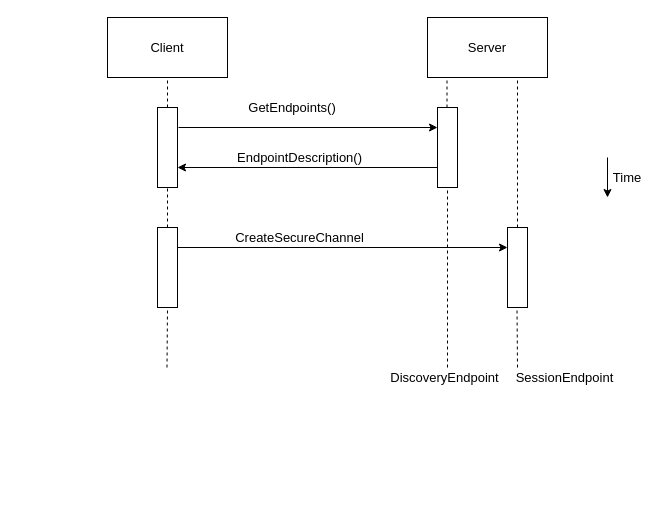
This is Untitled Diagram.drawio from RakshanPremsagar/Thesis, a draw.io file, before an edit. Source tidied: cells renumbered, new cells numbered last; positions are measured from the earlier drawing's top-left corner, leaving out a move shared by most shapes. Both pictures are drawn from the tidied source at 100%, with x=0, y=0 at pixel (107, 17).
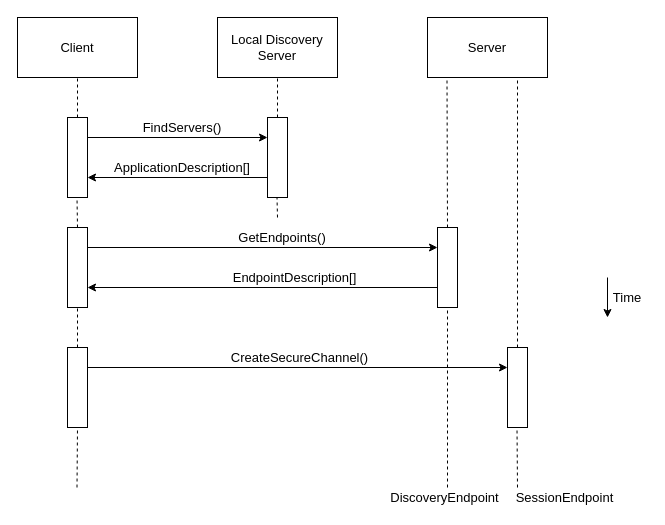
The same diagram, later.

Commit message:
Local Discovery

What changed in the source:
```diff
@@
     <mxCell id="2" value="Client" style="rounded=0;whiteSpace=wrap;html=1;fontSize=13;" parent="1" vertex="1">
-      <mxGeometry width="120" height="60" as="geometry" />
+      <mxGeometry x="-90" width="120" height="60" as="geometry" />
     </mxCell>
@@
-    <mxCell id="4" style="endArrow=none;dashed=1;html=1;entryX=0.5;entryY=1;entryDx=0;entryDy=0;fontSize=13;" parent="1" edge="1" target="2">
-      <mxGeometry relative="1" as="geometry">
-        <mxPoint x="60" y="90" as="sourcePoint" />
-      </mxGeometry>
+    <mxCell id="4" style="endArrow=none;dashed=1;html=1;entryX=0.5;entryY=1;entryDx=0;entryDy=0;fontSize=13;" parent="1" edge="1" source="26" target="2">
+      <mxGeometry relative="1" as="geometry" />
     </mxCell>
     <mxCell id="5" style="rounded=0;whiteSpace=wrap;html=1;fontSize=13;" parent="1" vertex="1">
-      <mxGeometry x="50" y="90" width="20" height="80" as="geometry" />
+      <mxGeometry x="-40" y="210" width="20" height="80" as="geometry" />
     </mxCell>
     <mxCell id="6" style="rounded=0;whiteSpace=wrap;html=1;fontSize=13;" parent="1" vertex="1">
-      <mxGeometry x="330" y="90" width="20" height="80" as="geometry" />
+      <mxGeometry x="330" y="210" width="20" height="80" as="geometry" />
     </mxCell>
     <mxCell id="7" style="rounded=0;whiteSpace=wrap;html=1;fontSize=13;" parent="1" vertex="1">
-      <mxGeometry x="50" y="210" width="20" height="80" as="geometry" />
+      <mxGeometry x="-40" y="330" width="20" height="80" as="geometry" />
     </mxCell>
     <mxCell id="8" style="rounded=0;whiteSpace=wrap;html=1;fontSize=13;" parent="1" vertex="1">
-      <mxGeometry x="400" y="210" width="20" height="80" as="geometry" />
+      <mxGeometry x="400" y="330" width="20" height="80" as="geometry" />
     </mxCell>
-    <mxCell id="9" style="endArrow=none;dashed=1;html=1;entryX=0.5;entryY=1;entryDx=0;entryDy=0;fontSize=13;" parent="1" edge="1">
+    <mxCell id="9" style="endArrow=none;dashed=1;html=1;entryX=0.5;entryY=1;entryDx=0;entryDy=0;fontSize=13;exitX=0.5;exitY=0;exitDx=0;exitDy=0;" parent="1" edge="1" source="6">
       <mxGeometry relative="1" as="geometry">
-        <mxPoint x="339.5" y="90" as="sourcePoint" />
         <mxPoint x="339.5" y="60" as="targetPoint" />
       </mxGeometry>
     </mxCell>
@@
     <mxCell id="11" style="endArrow=none;dashed=1;html=1;entryX=0.5;entryY=1;entryDx=0;entryDy=0;exitX=0.5;exitY=0;exitDx=0;exitDy=0;fontSize=13;" parent="1" edge="1" target="7">
       <mxGeometry relative="1" as="geometry">
-        <mxPoint x="59.5" y="350" as="sourcePoint" />
+        <mxPoint x="-30.5" y="470" as="sourcePoint" />
       </mxGeometry>
     </mxCell>
     <mxCell id="12" style="endArrow=none;dashed=1;html=1;entryX=0.5;entryY=1;entryDx=0;entryDy=0;fontSize=13;" parent="1" edge="1" target="6">
       <mxGeometry relative="1" as="geometry">
-        <mxPoint x="340" y="350" as="sourcePoint" />
+        <mxPoint x="340" y="470" as="sourcePoint" />
       </mxGeometry>
     </mxCell>
@@
     <mxCell id="14" style="endArrow=none;dashed=1;html=1;entryX=0.75;entryY=1;entryDx=0;entryDy=0;fontSize=13;" parent="1" edge="1">
       <mxGeometry relative="1" as="geometry">
-        <mxPoint x="410" y="350" as="sourcePoint" />
-        <mxPoint x="409.5" y="290" as="targetPoint" />
+        <mxPoint x="410" y="470" as="sourcePoint" />
+        <mxPoint x="409.5" y="410" as="targetPoint" />
       </mxGeometry>
     </mxCell>
-    <mxCell id="15" style="endArrow=classic;html=1;entryX=0;entryY=0.25;entryDx=0;entryDy=0;fontSize=13;" parent="1" edge="1" target="6">
-      <mxGeometry relative="1" as="geometry">
-        <mxPoint x="71" y="110" as="sourcePoint" />
-      </mxGeometry>
+    <mxCell id="15" style="endArrow=classic;html=1;entryX=0;entryY=0.25;entryDx=0;entryDy=0;fontSize=13;exitX=1;exitY=0.25;exitDx=0;exitDy=0;" parent="1" edge="1" source="5" target="6">
+      <mxGeometry relative="1" as="geometry" />
     </mxCell>
@@
     <mxCell id="18" style="endArrow=classic;html=1;fontSize=13;" parent="1" edge="1">
       <mxGeometry relative="1" as="geometry">
-        <mxPoint x="500" y="140" as="sourcePoint" />
-        <mxPoint x="500" y="180" as="targetPoint" />
+        <mxPoint x="500" y="260" as="sourcePoint" />
+        <mxPoint x="500" y="300" as="targetPoint" />
       </mxGeometry>
     </mxCell>
     <mxCell id="19" value="Time" style="text;html=1;strokeColor=none;fillColor=none;align=center;verticalAlign=middle;whiteSpace=wrap;rounded=0;fontSize=13;" parent="1" vertex="1">
-      <mxGeometry x="500" y="150" width="40" height="20" as="geometry" />
+      <mxGeometry x="500" y="270" width="40" height="20" as="geometry" />
     </mxCell>
     <mxCell id="20" value="GetEndpoints()" style="text;html=1;strokeColor=none;fillColor=none;align=center;verticalAlign=middle;whiteSpace=wrap;rounded=0;fontSize=13;" parent="1" vertex="1">
-      <mxGeometry x="130" y="80" width="110" height="20" as="geometry" />
+      <mxGeometry x="120" y="210" width="110" height="20" as="geometry" />
     </mxCell>
-    <mxCell id="21" value="EndpointDescription()" style="text;html=1;strokeColor=none;fillColor=none;align=center;verticalAlign=middle;whiteSpace=wrap;rounded=0;fontSize=13;" parent="1" vertex="1">
-      <mxGeometry x="135" y="130" width="115" height="20" as="geometry" />
+    <mxCell id="21" value="EndpointDescription[]" style="text;html=1;strokeColor=none;fillColor=none;align=center;verticalAlign=middle;whiteSpace=wrap;rounded=0;fontSize=13;" parent="1" vertex="1">
+      <mxGeometry x="130" y="250" width="115" height="20" as="geometry" />
     </mxCell>
-    <mxCell id="22" value="CreateSecureChannel" style="text;html=1;strokeColor=none;fillColor=none;align=center;verticalAlign=middle;whiteSpace=wrap;rounded=0;fontSize=13;" parent="1" vertex="1">
-      <mxGeometry x="135" y="210" width="115" height="20" as="geometry" />
+    <mxCell id="22" value="CreateSecureChannel()" style="text;html=1;strokeColor=none;fillColor=none;align=center;verticalAlign=middle;whiteSpace=wrap;rounded=0;fontSize=13;" parent="1" vertex="1">
+      <mxGeometry x="135" y="330" width="115" height="20" as="geometry" />
     </mxCell>
     <mxCell id="23" value="DiscoveryEndpoint" style="text;html=1;strokeColor=none;fillColor=none;align=center;verticalAlign=middle;whiteSpace=wrap;rounded=0;fontSize=13;" parent="1" vertex="1">
-      <mxGeometry x="280" y="350" width="115" height="20" as="geometry" />
+      <mxGeometry x="280" y="470" width="115" height="20" as="geometry" />
     </mxCell>
     <mxCell id="24" value="SessionEndpoint" style="text;html=1;strokeColor=none;fillColor=none;align=center;verticalAlign=middle;whiteSpace=wrap;rounded=0;fontSize=13;" parent="1" vertex="1">
-      <mxGeometry x="400" y="350" width="115" height="20" as="geometry" />
+      <mxGeometry x="400" y="470" width="115" height="20" as="geometry" />
     </mxCell>
+    <mxCell id="25" value="Local Discovery Server" style="rounded=0;whiteSpace=wrap;html=1;fontSize=13;" parent="1" vertex="1">
+      <mxGeometry x="110" width="120" height="60" as="geometry" />
+    </mxCell>
+    <mxCell id="26" style="rounded=0;whiteSpace=wrap;html=1;fontSize=13;" parent="1" vertex="1">
+      <mxGeometry x="-40" y="100" width="20" height="80" as="geometry" />
+    </mxCell>
+    <mxCell id="27" style="endArrow=none;dashed=1;html=1;entryX=0.5;entryY=1;entryDx=0;entryDy=0;fontSize=13;" parent="1" edge="1">
+      <mxGeometry relative="1" as="geometry">
+        <mxPoint x="-30" y="210" as="sourcePoint" />
+        <mxPoint x="-30.5" y="180" as="targetPoint" />
+      </mxGeometry>
+    </mxCell>
+    <mxCell id="28" style="endArrow=none;dashed=1;html=1;entryX=0.5;entryY=1;entryDx=0;entryDy=0;fontSize=13;" parent="1" edge="1" source="29">
+      <mxGeometry relative="1" as="geometry">
+        <mxPoint x="170" y="60" as="targetPoint" />
+      </mxGeometry>
+    </mxCell>
+    <mxCell id="29" style="rounded=0;whiteSpace=wrap;html=1;fontSize=13;" parent="1" vertex="1">
+      <mxGeometry x="160" y="100" width="20" height="80" as="geometry" />
+    </mxCell>
+    <mxCell id="30" style="endArrow=none;dashed=1;html=1;entryX=0.5;entryY=1;entryDx=0;entryDy=0;fontSize=13;" parent="1" edge="1">
+      <mxGeometry relative="1" as="geometry">
+        <mxPoint x="170" y="200" as="sourcePoint" />
+        <mxPoint x="169.5" y="180" as="targetPoint" />
+      </mxGeometry>
+    </mxCell>
+    <mxCell id="31" style="endArrow=classic;html=1;fontSize=13;exitX=1;exitY=0.25;exitDx=0;exitDy=0;" parent="1" edge="1">
+      <mxGeometry relative="1" as="geometry">
+        <mxPoint x="-20" y="120" as="sourcePoint" />
+        <mxPoint x="160" y="120" as="targetPoint" />
+      </mxGeometry>
+    </mxCell>
+    <mxCell id="32" style="endArrow=classic;html=1;entryX=1;entryY=0.75;entryDx=0;entryDy=0;fontSize=13;" parent="1" edge="1">
+      <mxGeometry relative="1" as="geometry">
+        <mxPoint x="160" y="160" as="sourcePoint" />
+        <mxPoint x="-20" y="160" as="targetPoint" />
+      </mxGeometry>
+    </mxCell>
+    <mxCell id="33" value="FindServers()" style="text;html=1;strokeColor=none;fillColor=none;align=center;verticalAlign=middle;whiteSpace=wrap;rounded=0;fontSize=13;" parent="1" vertex="1">
+      <mxGeometry x="20" y="100" width="110" height="20" as="geometry" />
+    </mxCell>
+    <mxCell id="34" value="ApplicationDescription[]" style="text;html=1;strokeColor=none;fillColor=none;align=center;verticalAlign=middle;whiteSpace=wrap;rounded=0;fontSize=13;" parent="1" vertex="1">
+      <mxGeometry x="20" y="140" width="110" height="20" as="geometry" />
+    </mxCell>
```
